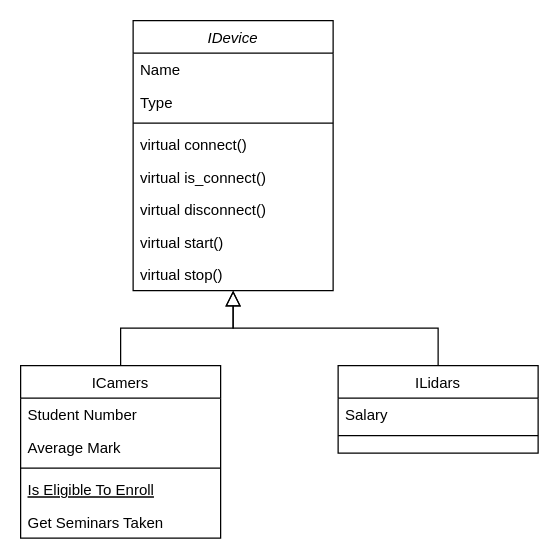
Before: Storage2.drawio in FRomich/Storage2, a draw.io diagram. Source tidied: cells renumbered, new cells numbered last; positions are measured from the earlier drawing's top-left corner, leaving out a move shared by most shapes. Both pictures are drawn from the tidied source at 125%, with x=0, y=0 at pixel (20, 20).
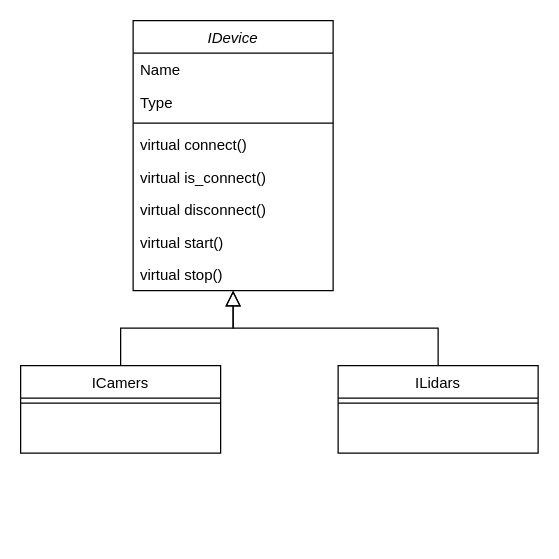
After the change.

The change refers to these unchanged cells:
```xml
<mxCell id="18" value="ILidars" style="swimlane;fontStyle=0;align=center;verticalAlign=top;horizontal=1;startSize=26;rounded=0;shadow=0;strokeWidth=1;" parent="1" vertex="1">
  <mxGeometry x="254" y="276" width="160" height="70" as="geometry" />
</mxCell>
```

The edit, as a diff of the source:
```diff
@@
     <mxCell id="11" value="ICamers" style="swimlane;fontStyle=0;align=center;verticalAlign=top;horizontal=1;startSize=26;rounded=0;shadow=0;strokeWidth=1;" parent="1" vertex="1">
-      <mxGeometry y="276" width="160" height="138" as="geometry" />
+      <mxGeometry y="276" width="160" height="70" as="geometry" />
     </mxCell>
-    <mxCell id="12" value="Student Number" style="text;align=left;verticalAlign=top;spacingLeft=4;spacingRight=4;overflow=hidden;" parent="11" vertex="1">
-      <mxGeometry y="26" width="160" height="26" as="geometry" />
-    </mxCell>
-    <mxCell id="13" value="Average Mark" style="text;align=left;verticalAlign=top;spacingLeft=4;spacingRight=4;overflow=hidden;rounded=0;shadow=0;html=0;" parent="11" vertex="1">
-      <mxGeometry y="52" width="160" height="26" as="geometry" />
-    </mxCell>
     <mxCell id="14" style="line;html=1;strokeWidth=1;align=left;verticalAlign=middle;spacingTop=-1;spacingLeft=3;spacingRight=3;labelPosition=right;" parent="11" vertex="1">
-      <mxGeometry y="78" width="160" height="8" as="geometry" />
+      <mxGeometry y="26" width="160" height="8" as="geometry" />
     </mxCell>
-    <mxCell id="15" value="Is Eligible To Enroll" style="text;align=left;verticalAlign=top;spacingLeft=4;spacingRight=4;overflow=hidden;fontStyle=4;" parent="11" vertex="1">
-      <mxGeometry y="86" width="160" height="26" as="geometry" />
-    </mxCell>
-    <mxCell id="16" value="Get Seminars Taken" style="text;align=left;verticalAlign=top;spacingLeft=4;spacingRight=4;overflow=hidden;" parent="11" vertex="1">
-      <mxGeometry y="112" width="160" height="26" as="geometry" />
-    </mxCell>
@@
-    <mxCell id="19" value="Salary" style="text;align=left;verticalAlign=top;spacingLeft=4;spacingRight=4;overflow=hidden;" parent="18" vertex="1">
-      <mxGeometry y="26" width="160" height="26" as="geometry" />
-    </mxCell>
     <mxCell id="20" style="line;html=1;strokeWidth=1;align=left;verticalAlign=middle;spacingTop=-1;spacingLeft=3;spacingRight=3;labelPosition=right;" parent="18" vertex="1">
-      <mxGeometry y="52" width="160" height="8" as="geometry" />
+      <mxGeometry y="26" width="160" height="8" as="geometry" />
     </mxCell>
```
